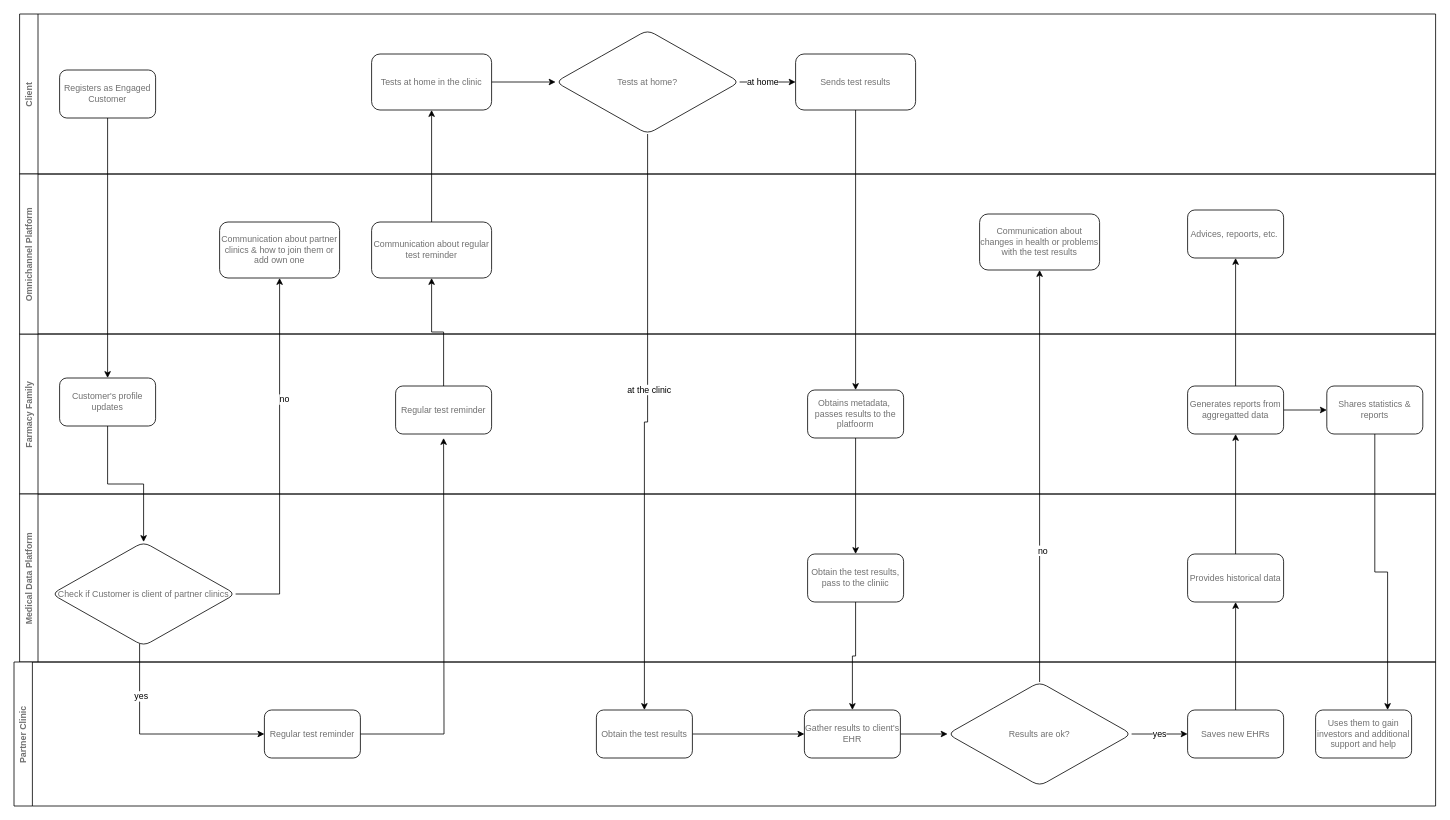
sakosy/arch_katas_2021 keeps this draw.io diagram as page "CJM 4 Clinic" (4 of 4) of analysis/cjm4clinic.drawio. Above is the earlier version. Source tidied: cells renumbered, new cells numbered last; positions are measured from the earlier drawing's top-left corner, leaving out a move shared by most shapes. Both pictures are drawn from the tidied source at 80%, with x=0, y=0 at pixel (14, 14).
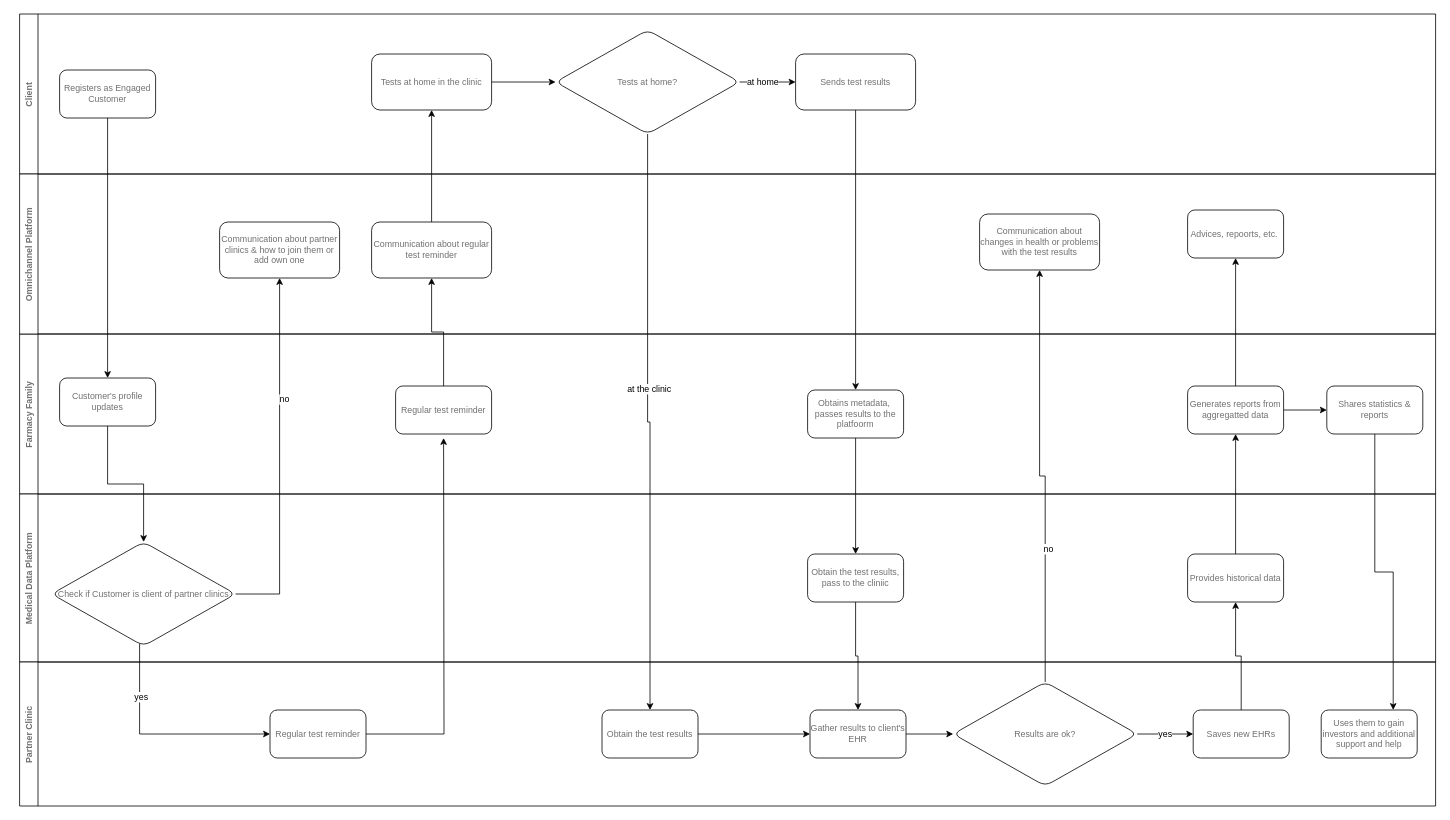
The same diagram, later.

Commit message (it also covers changes not shown here):
Upd CJM4 Clinic

Diff of the diagram source:
```diff
@@
-<mxGraphModel>
+<mxGraphModel background="#ffffff">
@@
     <mxCell id="28" value="Partner Clinic" style="swimlane;horizontal=0;fontFamily=PT Mono;fontSize=11;fontColor=#707070;" parent="1" vertex="1">
-      <mxGeometry y="810" width="1777" height="180" as="geometry" />
+      <mxGeometry x="7" y="810" width="1770" height="180" as="geometry" />
     </mxCell>
```
